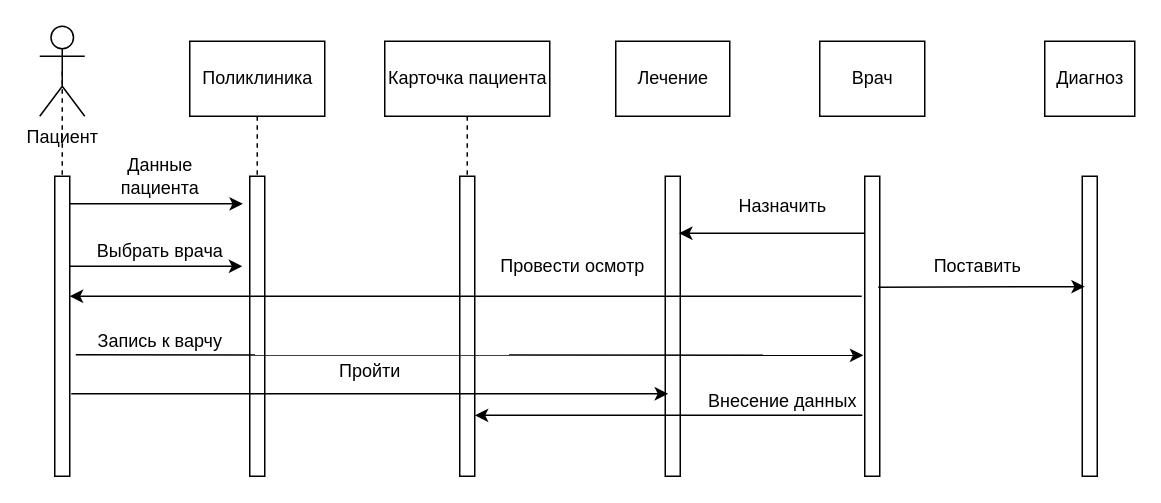
Above: DAoSS/Диаграмма_последовательности.drawio in VikaYakunina/lemongatorade (draw.io), before the change. Source tidied: cells renumbered, new cells numbered last; positions are measured from the earlier drawing's top-left corner, leaving out a move shared by most shapes. Both pictures are drawn from the tidied source at 150%, with x=0, y=0 at pixel (39, 26).
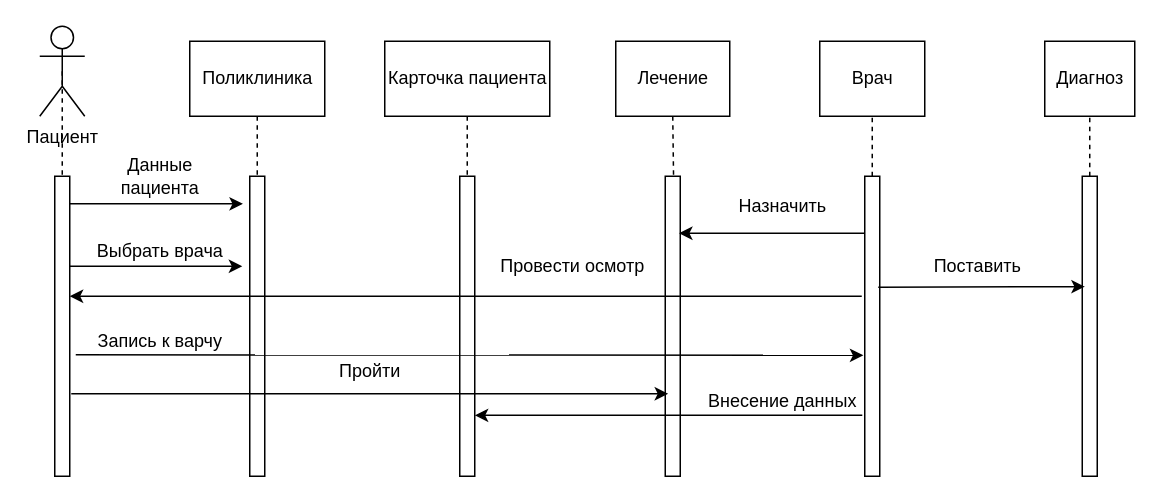
The same diagram, later.

The change refers to these unchanged cells:
```xml
<mxCell id="7" value="Лечение" style="html=1;" parent="1" vertex="1">
  <mxGeometry x="384" y="10" width="76" height="50" as="geometry" />
</mxCell>
<mxCell id="8" value="Врач" style="html=1;" parent="1" vertex="1">
  <mxGeometry x="520" y="10" width="70" height="50" as="geometry" />
</mxCell>
<mxCell id="9" value="Диагноз" style="html=1;" parent="1" vertex="1">
  <mxGeometry x="670" y="10" width="60" height="50" as="geometry" />
</mxCell>
<mxCell id="19" style="html=1;points=[];perimeter=orthogonalPerimeter;" parent="1" vertex="1">
  <mxGeometry x="550" y="100" width="10" height="200" as="geometry" />
</mxCell>
<mxCell id="20" style="html=1;points=[];perimeter=orthogonalPerimeter;" parent="1" vertex="1">
  <mxGeometry x="417" y="100" width="10" height="200" as="geometry" />
</mxCell>
<mxCell id="25" style="html=1;points=[];perimeter=orthogonalPerimeter;" parent="1" vertex="1">
  <mxGeometry x="695" y="100" width="10" height="200" as="geometry" />
</mxCell>
```

Diff of the diagram source:
```diff
@@
+    <mxCell id="33" style="endArrow=none;dashed=1;html=1;exitX=0.5;exitY=1;exitDx=0;exitDy=0;entryX=0.555;entryY=0.005;entryDx=0;entryDy=0;entryPerimeter=0;" parent="1" edge="1" source="7" target="20">
+      <mxGeometry relative="1" as="geometry" />
+    </mxCell>
+    <mxCell id="34" style="endArrow=none;dashed=1;html=1;entryX=0.5;entryY=1;entryDx=0;entryDy=0;" parent="1" edge="1" source="19" target="8">
+      <mxGeometry relative="1" as="geometry" />
+    </mxCell>
+    <mxCell id="35" style="endArrow=none;dashed=1;html=1;entryX=0.5;entryY=1;entryDx=0;entryDy=0;" parent="1" edge="1" source="25" target="9">
+      <mxGeometry relative="1" as="geometry" />
+    </mxCell>
```
